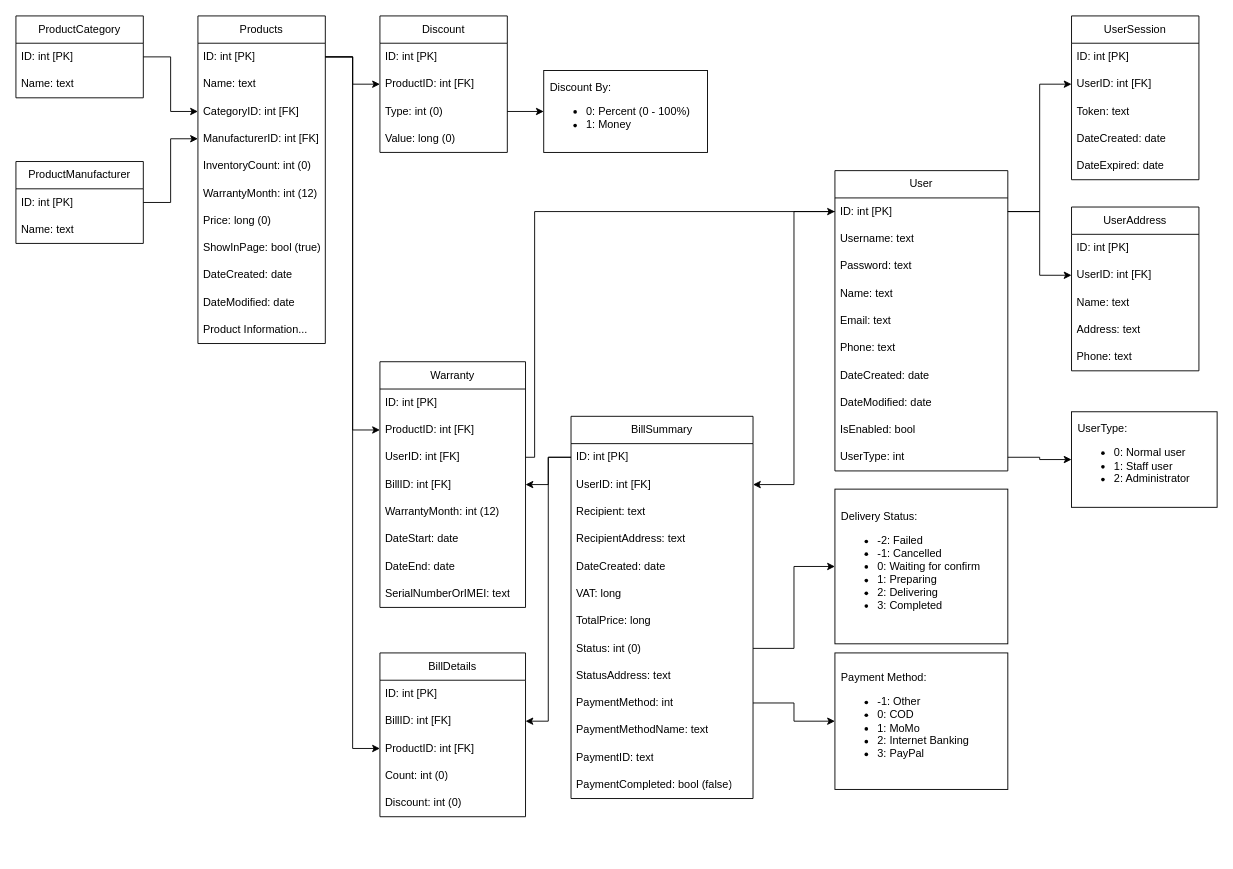
ZoeMeow1027/capstone-project keeps this draw.io diagram as docs/PhoneStoreManager.drawio. Above is the earlier version. Source tidied: cells renumbered, new cells numbered last; positions are measured from the earlier drawing's top-left corner, leaving out a move shared by most shapes. Both pictures are drawn from the tidied source at 91%, with x=0, y=0 at pixel (15, 15).
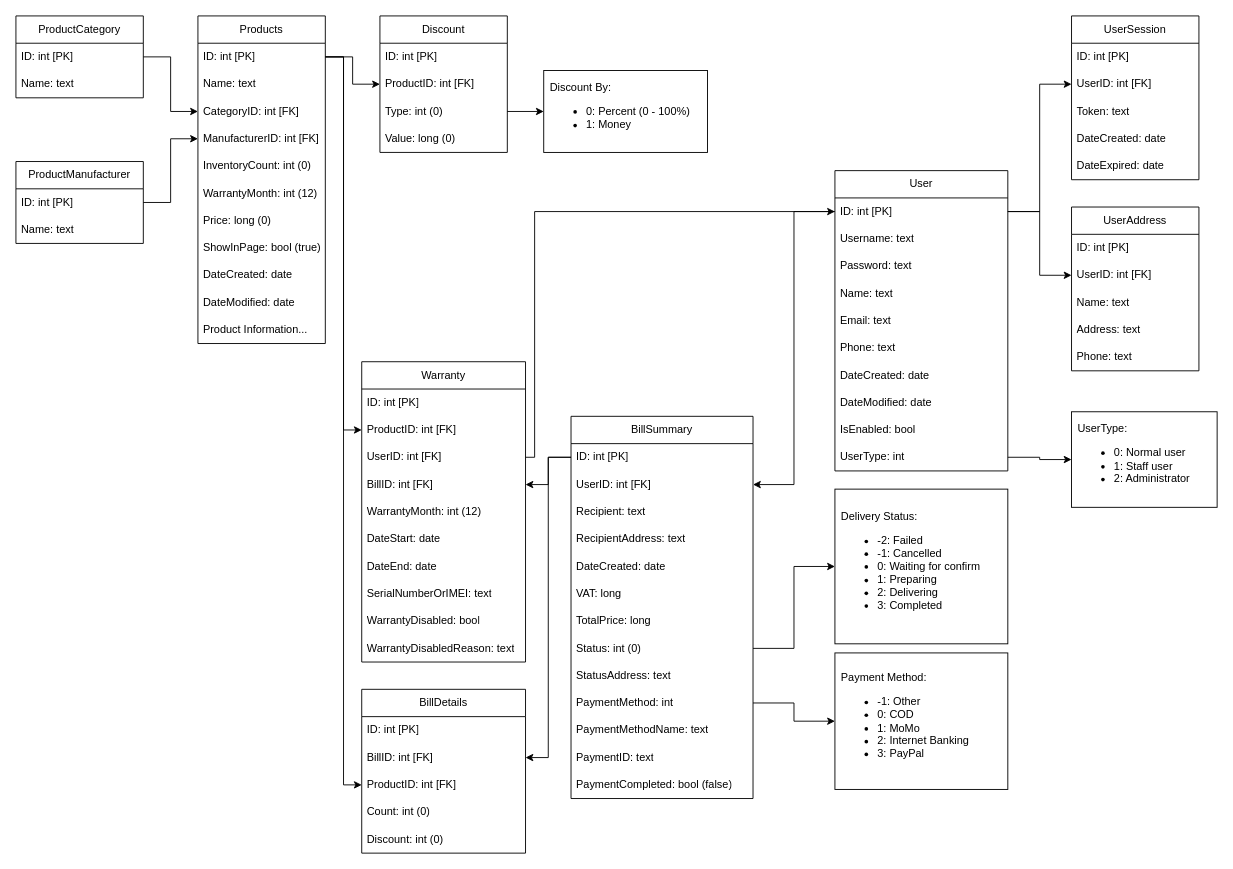
The same diagram, later.

The change refers to these unchanged cells:
```xml
<mxCell id="3" value="ID: int [PK]" style="text;strokeColor=none;fillColor=none;align=left;verticalAlign=middle;spacingLeft=4;spacingRight=4;overflow=hidden;points=[[0,0.5],[1,0.5]];portConstraint=eastwest;whiteSpace=wrap;html=1;" parent="2" vertex="1">
  <mxGeometry y="30" width="140" height="30" as="geometry" />
</mxCell>
```

Change to the diagram source:
```diff
@@
     <mxCell id="57" value="BillDetails" style="swimlane;fontStyle=0;horizontal=1;startSize=30;whiteSpace=wrap;html=1;" parent="1" vertex="1">
-      <mxGeometry x="400" y="700" width="160" height="180" as="geometry" />
+      <mxGeometry x="380" y="740" width="180" height="180" as="geometry" />
     </mxCell>
     <mxCell id="58" value="ID: int [PK]" style="text;strokeColor=none;fillColor=none;align=left;verticalAlign=middle;spacingLeft=4;spacingRight=4;overflow=hidden;whiteSpace=wrap;html=1;" parent="57" vertex="1">
-      <mxGeometry y="30" width="160" height="30" as="geometry" />
+      <mxGeometry y="30" width="180" height="30" as="geometry" />
     </mxCell>
     <mxCell id="59" value="BillID: int [FK]" style="text;strokeColor=none;fillColor=none;align=left;verticalAlign=middle;spacingLeft=4;spacingRight=4;overflow=hidden;points=[[0,0.5],[1,0.5]];portConstraint=eastwest;whiteSpace=wrap;html=1;" parent="57" vertex="1">
-      <mxGeometry y="60" width="160" height="30" as="geometry" />
+      <mxGeometry y="60" width="180" height="30" as="geometry" />
     </mxCell>
     <mxCell id="60" value="ProductID: int [FK]" style="text;strokeColor=none;fillColor=none;align=left;verticalAlign=middle;spacingLeft=4;spacingRight=4;overflow=hidden;points=[[0,0.5],[1,0.5]];portConstraint=eastwest;whiteSpace=wrap;html=1;" parent="57" vertex="1">
-      <mxGeometry y="90" width="160" height="30" as="geometry" />
+      <mxGeometry y="90" width="180" height="30" as="geometry" />
     </mxCell>
     <mxCell id="61" value="Count: int (0)" style="text;strokeColor=none;fillColor=none;align=left;verticalAlign=middle;spacingLeft=4;spacingRight=4;overflow=hidden;whiteSpace=wrap;html=1;" parent="57" vertex="1">
-      <mxGeometry y="120" width="160" height="30" as="geometry" />
+      <mxGeometry y="120" width="180" height="30" as="geometry" />
     </mxCell>
     <mxCell id="62" value="Discount: int (0)" style="text;strokeColor=none;fillColor=none;align=left;verticalAlign=middle;spacingLeft=4;spacingRight=4;overflow=hidden;whiteSpace=wrap;html=1;" parent="57" vertex="1">
-      <mxGeometry y="150" width="160" height="30" as="geometry" />
+      <mxGeometry y="150" width="180" height="30" as="geometry" />
     </mxCell>
@@
     <mxCell id="76" style="edgeStyle=orthogonalEdgeStyle;rounded=0;jettySize=auto;html=1;entryX=0;entryY=0.5;entryDx=0;entryDy=0;" parent="1" edge="1" source="3" target="60">
       <mxGeometry relative="1" as="geometry">
         <Array as="points">
-          <mxPoint x="370" y="45" />
-          <mxPoint x="370" y="805" />
+          <mxPoint x="360" y="45" />
+          <mxPoint x="360" y="845" />
         </Array>
       </mxGeometry>
     </mxCell>
@@
     <mxCell id="84" value="Warranty" style="swimlane;fontStyle=0;horizontal=1;startSize=30;whiteSpace=wrap;html=1;" parent="1" vertex="1">
-      <mxGeometry x="400" y="380" width="160" height="270" as="geometry" />
+      <mxGeometry x="380" y="380" width="180" height="330" as="geometry" />
     </mxCell>
     <mxCell id="85" value="ID: int [PK]" style="text;strokeColor=none;fillColor=none;align=left;verticalAlign=middle;spacingLeft=4;spacingRight=4;overflow=hidden;whiteSpace=wrap;html=1;" parent="84" vertex="1">
-      <mxGeometry y="30" width="160" height="30" as="geometry" />
+      <mxGeometry y="30" width="180" height="30" as="geometry" />
     </mxCell>
     <mxCell id="86" value="ProductID: int [FK]" style="text;strokeColor=none;fillColor=none;align=left;verticalAlign=middle;spacingLeft=4;spacingRight=4;overflow=hidden;points=[[0,0.5],[1,0.5]];portConstraint=eastwest;whiteSpace=wrap;html=1;" parent="84" vertex="1">
-      <mxGeometry y="60" width="160" height="30" as="geometry" />
+      <mxGeometry y="60" width="180" height="30" as="geometry" />
     </mxCell>
     <mxCell id="87" value="UserID: int [FK]" style="text;strokeColor=none;fillColor=none;align=left;verticalAlign=middle;spacingLeft=4;spacingRight=4;overflow=hidden;points=[[0,0.5],[1,0.5]];portConstraint=eastwest;whiteSpace=wrap;html=1;" parent="84" vertex="1">
-      <mxGeometry y="90" width="160" height="30" as="geometry" />
+      <mxGeometry y="90" width="180" height="30" as="geometry" />
     </mxCell>
     <mxCell id="88" value="BillID: int [FK]" style="text;strokeColor=none;fillColor=none;align=left;verticalAlign=middle;spacingLeft=4;spacingRight=4;overflow=hidden;points=[[0,0.5],[1,0.5]];portConstraint=eastwest;whiteSpace=wrap;html=1;" parent="84" vertex="1">
-      <mxGeometry y="120" width="160" height="30" as="geometry" />
+      <mxGeometry y="120" width="180" height="30" as="geometry" />
     </mxCell>
     <mxCell id="89" value="WarrantyMonth: int (12)" style="text;strokeColor=none;fillColor=none;align=left;verticalAlign=middle;spacingLeft=4;spacingRight=4;overflow=hidden;whiteSpace=wrap;html=1;" parent="84" vertex="1">
-      <mxGeometry y="150" width="160" height="30" as="geometry" />
+      <mxGeometry y="150" width="180" height="30" as="geometry" />
     </mxCell>
     <mxCell id="90" value="DateStart: date" style="text;strokeColor=none;fillColor=none;align=left;verticalAlign=middle;spacingLeft=4;spacingRight=4;overflow=hidden;whiteSpace=wrap;html=1;" parent="84" vertex="1">
-      <mxGeometry y="180" width="160" height="30" as="geometry" />
+      <mxGeometry y="180" width="180" height="30" as="geometry" />
     </mxCell>
     <mxCell id="91" value="DateEnd: date" style="text;strokeColor=none;fillColor=none;align=left;verticalAlign=middle;spacingLeft=4;spacingRight=4;overflow=hidden;whiteSpace=wrap;html=1;" parent="84" vertex="1">
-      <mxGeometry y="210" width="160" height="30" as="geometry" />
+      <mxGeometry y="210" width="180" height="30" as="geometry" />
     </mxCell>
     <mxCell id="92" value="SerialNumberOrIMEI: text" style="text;strokeColor=none;fillColor=none;align=left;verticalAlign=middle;spacingLeft=4;spacingRight=4;overflow=hidden;whiteSpace=wrap;html=1;" parent="84" vertex="1">
-      <mxGeometry y="240" width="160" height="30" as="geometry" />
+      <mxGeometry y="240" width="180" height="30" as="geometry" />
     </mxCell>
+    <mxCell id="96" value="WarrantyDisabled: bool" style="text;strokeColor=none;fillColor=none;align=left;verticalAlign=middle;spacingLeft=4;spacingRight=4;overflow=hidden;whiteSpace=wrap;html=1;" parent="84" vertex="1">
+      <mxGeometry y="270" width="180" height="30" as="geometry" />
+    </mxCell>
+    <mxCell id="97" value="WarrantyDisabledReason: text" style="text;strokeColor=none;fillColor=none;align=left;verticalAlign=middle;spacingLeft=4;spacingRight=4;overflow=hidden;whiteSpace=wrap;html=1;" parent="84" vertex="1">
+      <mxGeometry y="300" width="180" height="30" as="geometry" />
+    </mxCell>
```
